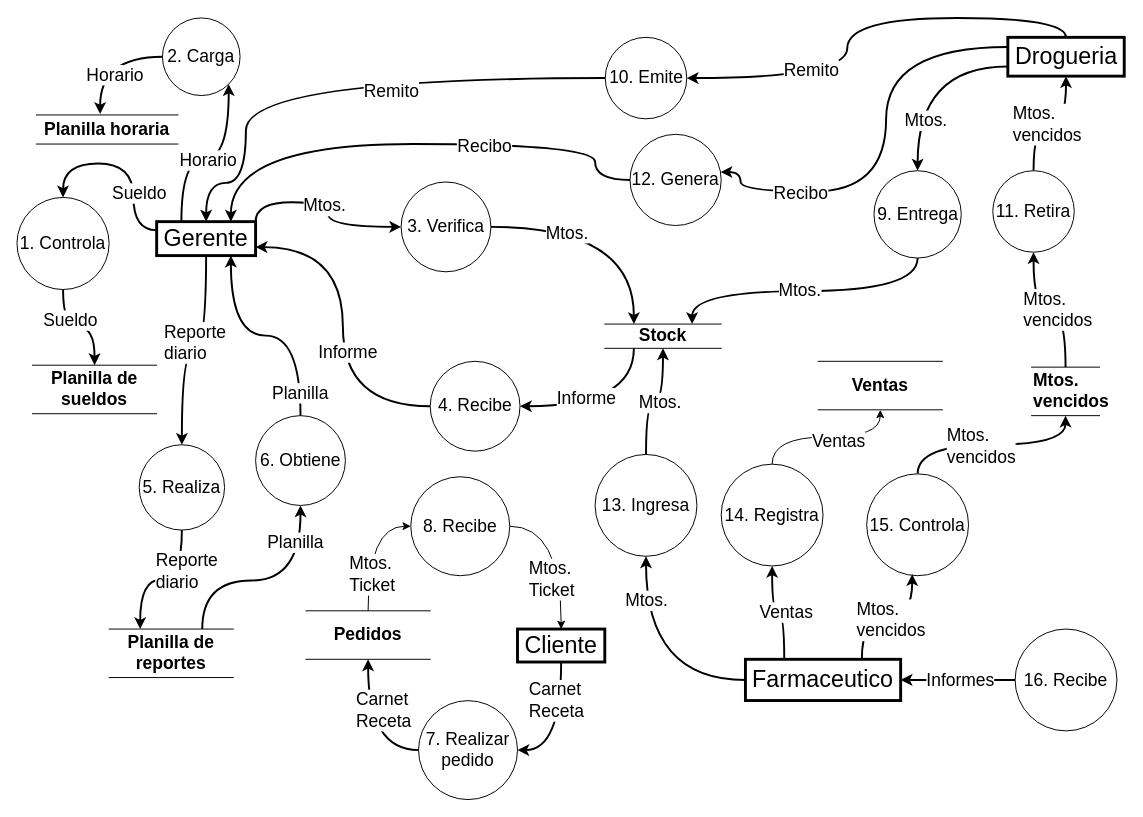
The draw.io diagram page "DFD_Farmacia" (1 of 2) of farmaciaAE.drawio in yon026/pruebagit, before the edit. Source tidied: cells renumbered, new cells numbered last; positions are measured from the earlier drawing's top-left corner, leaving out a move shared by most shapes. Both pictures are drawn from the tidied source at 97%, with x=0, y=0 at pixel (16, 17).
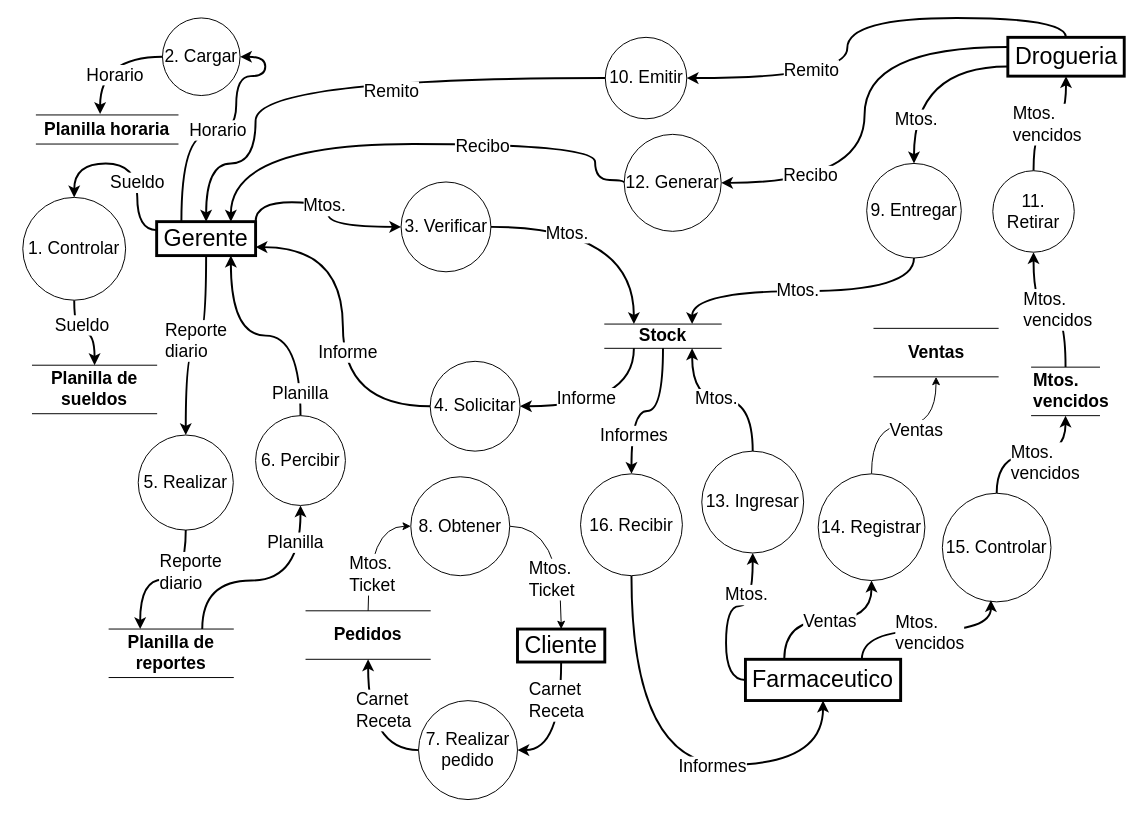
The same diagram, later.

Unchanged cells that the change refers to:
```xml
<mxCell id="21" value="&lt;font style=&quot;font-size: 24px;&quot;&gt;Gerente&lt;/font&gt;" style="rounded=0;whiteSpace=wrap;html=1;fontSize=24;strokeWidth=3;" parent="1" vertex="1">
  <mxGeometry x="144" y="210" width="102" height="35" as="geometry" />
</mxCell>
<mxCell id="27" style="edgeStyle=orthogonalEdgeStyle;shape=connector;curved=1;rounded=0;jettySize=auto;html=1;exitX=0;exitY=0.5;exitDx=0;exitDy=0;entryX=0.5;entryY=1;entryDx=0;entryDy=0;strokeColor=default;strokeWidth=2;align=center;verticalAlign=middle;fontFamily=Helvetica;fontSize=11;fontColor=default;labelBackgroundColor=default;endArrow=classic;" parent="1" edge="1" source="29" target="71">
  <mxGeometry relative="1" as="geometry" />
</mxCell>
<mxCell id="29" value="&lt;font style=&quot;font-size: 24px;&quot;&gt;Farmaceutico&lt;/font&gt;" style="rounded=0;whiteSpace=wrap;html=1;fontSize=24;strokeWidth=3;" parent="1" vertex="1">
  <mxGeometry x="751" y="661.2" width="160" height="42.5" as="geometry" />
</mxCell>
<mxCell id="37" style="edgeStyle=orthogonalEdgeStyle;shape=connector;curved=1;rounded=0;jettySize=auto;html=1;exitX=0;exitY=0.75;exitDx=0;exitDy=0;entryX=0.5;entryY=0;entryDx=0;entryDy=0;strokeColor=default;align=center;verticalAlign=middle;fontFamily=Helvetica;fontSize=11;fontColor=default;labelBackgroundColor=default;endArrow=classic;strokeWidth=2;" parent="1" edge="1" source="43" target="36">
  <mxGeometry relative="1" as="geometry" />
</mxCell>
<mxCell id="43" value="&lt;font style=&quot;font-size: 24px;&quot;&gt;Drogueria&lt;/font&gt;" style="rounded=0;whiteSpace=wrap;html=1;fontSize=24;strokeWidth=3;" parent="1" vertex="1">
  <mxGeometry x="1021.5" y="20" width="120" height="40" as="geometry" />
</mxCell>
<mxCell id="76" value="&lt;b&gt;Stock&lt;/b&gt;" style="shape=partialRectangle;whiteSpace=wrap;html=1;left=0;right=0;fillColor=none;fontFamily=Helvetica;fontSize=18;fontColor=default;labelBackgroundColor=default;" parent="1" vertex="1">
  <mxGeometry x="606" y="315.6" width="120" height="25" as="geometry" />
</mxCell>
```

What changed in the source:
```diff
@@
-    <mxCell id="2" style="edgeStyle=orthogonalEdgeStyle;shape=connector;curved=1;rounded=0;jettySize=auto;html=1;exitX=0;exitY=0.25;exitDx=0;exitDy=0;strokeColor=default;align=center;verticalAlign=middle;fontFamily=Helvetica;fontSize=18;fontColor=default;labelBackgroundColor=default;endArrow=classic;entryX=0.5;entryY=0;entryDx=0;entryDy=0;strokeWidth=2;" parent="1" edge="1" source="21" target="6">
-      <mxGeometry relative="1" as="geometry">
-        <Array as="points">
-          <mxPoint x="120" y="219" />
-          <mxPoint x="120" y="150" />
-          <mxPoint x="48" y="150" />
-        </Array>
-      </mxGeometry>
-    </mxCell>
-    <mxCell id="3" value="Sueldo" style="edgeLabel;html=1;align=center;verticalAlign=middle;fontFamily=Helvetica;fontSize=18;fontColor=default;labelBackgroundColor=default;" parent="2" vertex="1">
-      <mxGeometry x="0.07" y="2" relative="1" as="geometry">
-        <mxPoint x="20" y="28" as="offset" />
-      </mxGeometry>
-    </mxCell>
@@
-    <mxCell id="6" value="1. Controla" style="ellipse;whiteSpace=wrap;html=1;fontSize=18;" parent="1" vertex="1">
-      <mxGeometry y="185" width="95" height="95" as="geometry" />
+    <mxCell id="6" value="1. Controlar" style="ellipse;whiteSpace=wrap;html=1;fontSize=18;" parent="1" vertex="1">
+      <mxGeometry x="6" y="185" width="106" height="106" as="geometry" />
     </mxCell>
-    <mxCell id="7" value="2. Carga" style="ellipse;whiteSpace=wrap;html=1;fontSize=18;" parent="1" vertex="1">
+    <mxCell id="7" value="2. Cargar" style="ellipse;whiteSpace=wrap;html=1;fontSize=18;" parent="1" vertex="1">
       <mxGeometry x="150" width="80" height="80" as="geometry" />
     </mxCell>
@@
-    <mxCell id="12" value="5. Realiza" style="ellipse;whiteSpace=wrap;html=1;fontSize=18;" parent="1" vertex="1">
-      <mxGeometry x="126" y="440" width="88" height="88" as="geometry" />
+    <mxCell id="12" value="5. Realizar" style="ellipse;whiteSpace=wrap;html=1;fontSize=18;" parent="1" vertex="1">
+      <mxGeometry x="125" y="430" width="98" height="98" as="geometry" />
     </mxCell>
@@
-    <mxCell id="17" style="edgeStyle=orthogonalEdgeStyle;shape=connector;curved=1;rounded=0;jettySize=auto;html=1;exitX=0.25;exitY=0;exitDx=0;exitDy=0;entryX=1;entryY=1;entryDx=0;entryDy=0;strokeColor=default;strokeWidth=2;align=center;verticalAlign=middle;fontFamily=Helvetica;fontSize=11;fontColor=default;labelBackgroundColor=default;endArrow=classic;" parent="1" edge="1" source="21" target="7">
-      <mxGeometry relative="1" as="geometry" />
+    <mxCell id="17" style="edgeStyle=orthogonalEdgeStyle;shape=connector;curved=1;rounded=0;jettySize=auto;html=1;exitX=0.25;exitY=0;exitDx=0;exitDy=0;entryX=1;entryY=0.5;entryDx=0;entryDy=0;strokeColor=default;strokeWidth=2;align=center;verticalAlign=middle;fontFamily=Helvetica;fontSize=11;fontColor=default;labelBackgroundColor=default;endArrow=classic;" parent="1" edge="1" source="21" target="7">
+      <mxGeometry relative="1" as="geometry">
+        <Array as="points">
+          <mxPoint x="170" y="120" />
+          <mxPoint x="226" y="120" />
+          <mxPoint x="226" y="60" />
+          <mxPoint x="256" y="60" />
+          <mxPoint x="256" y="40" />
+        </Array>
+      </mxGeometry>
     </mxCell>
     <mxCell id="18" value="&lt;span style=&quot;font-size: 18px;&quot;&gt;Horario&lt;/span&gt;" style="edgeLabel;html=1;align=center;verticalAlign=middle;fontFamily=Helvetica;fontSize=11;fontColor=default;labelBackgroundColor=default;" parent="17" vertex="1">
-      <mxGeometry x="-0.03" y="-1" relative="1" as="geometry" />
+      <mxGeometry x="-0.03" y="-1" relative="1" as="geometry">
+        <mxPoint x="-10" y="-6" as="offset" />
+      </mxGeometry>
     </mxCell>
@@
+    <mxCell id="2" style="edgeStyle=orthogonalEdgeStyle;shape=connector;curved=1;rounded=0;jettySize=auto;html=1;exitX=0;exitY=0.25;exitDx=0;exitDy=0;entryX=0.5;entryY=0;entryDx=0;entryDy=0;strokeColor=default;strokeWidth=2;align=center;verticalAlign=middle;fontFamily=Helvetica;fontSize=11;fontColor=default;labelBackgroundColor=default;endArrow=classic;" parent="1" edge="1" source="21" target="6">
+      <mxGeometry relative="1" as="geometry">
+        <Array as="points">
+          <mxPoint x="124" y="219" />
+          <mxPoint x="124" y="150" />
+          <mxPoint x="59" y="150" />
+        </Array>
+      </mxGeometry>
+    </mxCell>
+    <mxCell id="3" value="&lt;span style=&quot;font-size: 18px;&quot;&gt;Sueldo&lt;/span&gt;" style="edgeLabel;html=1;align=center;verticalAlign=middle;fontFamily=Helvetica;fontSize=11;fontColor=default;labelBackgroundColor=default;" parent="2" vertex="1">
+      <mxGeometry x="0.5" y="5" relative="1" as="geometry">
+        <mxPoint x="53" y="14" as="offset" />
+      </mxGeometry>
+    </mxCell>
@@
-    <mxCell id="24" value="3. Verifica" style="ellipse;whiteSpace=wrap;html=1;fontSize=18;" parent="1" vertex="1">
+    <mxCell id="24" value="3. Verificar" style="ellipse;whiteSpace=wrap;html=1;fontSize=18;" parent="1" vertex="1">
       <mxGeometry x="396" y="169.1" width="92.6" height="92.6" as="geometry" />
     </mxCell>
@@
     <mxCell id="28" value="&lt;span style=&quot;font-size: 18px; text-align: left;&quot;&gt;Mtos.&lt;/span&gt;" style="edgeLabel;html=1;align=center;verticalAlign=middle;fontFamily=Helvetica;fontSize=11;fontColor=default;labelBackgroundColor=default;" parent="27" vertex="1">
       <mxGeometry x="-0.27" y="-6" relative="1" as="geometry">
-        <mxPoint x="-18" y="-76" as="offset" />
+        <mxPoint x="14" y="-43" as="offset" />
       </mxGeometry>
     </mxCell>
@@
-    <mxCell id="36" value="9. Entrega" style="ellipse;whiteSpace=wrap;html=1;fontSize=18;" parent="1" vertex="1">
-      <mxGeometry x="883.5" y="157.5" width="90" height="90" as="geometry" />
+    <mxCell id="36" value="9. Entregar" style="ellipse;whiteSpace=wrap;html=1;fontSize=18;" parent="1" vertex="1">
+      <mxGeometry x="876" y="150" width="97.5" height="97.5" as="geometry" />
     </mxCell>
@@
     <mxCell id="38" value="&lt;span style=&quot;font-size: 18px;&quot;&gt;Mtos.&lt;/span&gt;" style="edgeLabel;html=1;align=center;verticalAlign=middle;fontFamily=Helvetica;fontSize=11;fontColor=default;labelBackgroundColor=default;" parent="37" vertex="1">
       <mxGeometry x="-0.04" y="20" relative="1" as="geometry">
-        <mxPoint x="-12" y="52" as="offset" />
+        <mxPoint x="-1" y="34" as="offset" />
       </mxGeometry>
     </mxCell>
@@
+    <mxCell id="89" style="edgeStyle=orthogonalEdgeStyle;shape=connector;curved=1;rounded=0;jettySize=auto;html=1;exitX=0;exitY=0.25;exitDx=0;exitDy=0;entryX=1;entryY=0.5;entryDx=0;entryDy=0;strokeColor=default;strokeWidth=2;align=center;verticalAlign=middle;fontFamily=Helvetica;fontSize=11;fontColor=default;labelBackgroundColor=default;endArrow=classic;" parent="1" edge="1" source="43" target="88">
+      <mxGeometry relative="1" as="geometry" />
+    </mxCell>
+    <mxCell id="90" value="&lt;span style=&quot;font-size: 18px;&quot;&gt;Recibo&lt;/span&gt;" style="edgeLabel;html=1;align=center;verticalAlign=middle;fontFamily=Helvetica;fontSize=11;fontColor=default;labelBackgroundColor=default;" parent="89" vertex="1">
+      <mxGeometry x="0.58" y="-8" relative="1" as="geometry" />
+    </mxCell>
@@
-    <mxCell id="46" value="14. Registra" style="ellipse;whiteSpace=wrap;html=1;fontSize=18;" parent="1" vertex="1">
-      <mxGeometry x="726" y="460" width="105" height="105" as="geometry" />
+    <mxCell id="46" value="14. Registrar" style="ellipse;whiteSpace=wrap;html=1;fontSize=18;" parent="1" vertex="1">
+      <mxGeometry x="826" y="470" width="110" height="110" as="geometry" />
     </mxCell>
-    <mxCell id="47" value="11. Retira" style="ellipse;whiteSpace=wrap;html=1;fontSize=18;" parent="1" vertex="1">
+    <mxCell id="47" value="11. Retirar" style="ellipse;whiteSpace=wrap;html=1;fontSize=18;" parent="1" vertex="1">
       <mxGeometry x="1006" y="157.5" width="84" height="84" as="geometry" />
     </mxCell>
@@
-    <mxCell id="58" value="8. Recibe" style="ellipse;whiteSpace=wrap;html=1;fontSize=18;" parent="1" vertex="1">
+    <mxCell id="58" value="8. Obtener" style="ellipse;whiteSpace=wrap;html=1;fontSize=18;" parent="1" vertex="1">
       <mxGeometry x="406" y="473" width="102" height="102" as="geometry" />
     </mxCell>
@@
-    <mxCell id="63" style="edgeStyle=orthogonalEdgeStyle;shape=connector;curved=1;rounded=0;jettySize=auto;html=1;exitX=0;exitY=0.5;exitDx=0;exitDy=0;entryX=1;entryY=0.5;entryDx=0;entryDy=0;strokeColor=default;align=center;verticalAlign=middle;fontFamily=Helvetica;fontSize=11;fontColor=default;labelBackgroundColor=default;endArrow=classic;strokeWidth=2;" parent="1" edge="1" source="65" target="29">
-      <mxGeometry relative="1" as="geometry" />
+    <mxCell id="63" style="edgeStyle=orthogonalEdgeStyle;shape=connector;curved=1;rounded=0;jettySize=auto;html=1;exitX=0.5;exitY=1;exitDx=0;exitDy=0;entryX=0.5;entryY=1;entryDx=0;entryDy=0;strokeColor=default;strokeWidth=2;align=center;verticalAlign=middle;fontFamily=Helvetica;fontSize=11;fontColor=default;labelBackgroundColor=default;endArrow=classic;" parent="1" edge="1" source="65" target="29">
+      <mxGeometry relative="1" as="geometry">
+        <Array as="points">
+          <mxPoint x="634" y="770" />
+          <mxPoint x="831" y="770" />
+        </Array>
+      </mxGeometry>
     </mxCell>
-    <mxCell id="64" value="Informes" style="edgeLabel;html=1;align=left;verticalAlign=middle;fontFamily=Helvetica;fontSize=18;fontColor=default;labelBackgroundColor=default;" parent="63" vertex="1">
-      <mxGeometry x="0.09" y="-1" relative="1" as="geometry">
-        <mxPoint x="-29" y="1" as="offset" />
-      </mxGeometry>
-    </mxCell>
+    <mxCell id="91" value="&lt;span style=&quot;font-size: 18px; text-align: left;&quot;&gt;Informes&lt;/span&gt;" style="edgeLabel;html=1;align=center;verticalAlign=middle;fontFamily=Helvetica;fontSize=11;fontColor=default;labelBackgroundColor=default;" parent="63" vertex="1">
+      <mxGeometry x="0.21" y="-1" relative="1" as="geometry" />
+    </mxCell>
-    <mxCell id="65" value="16. Recibe" style="ellipse;whiteSpace=wrap;html=1;fontSize=18;" parent="1" vertex="1">
-      <mxGeometry x="1029" y="630" width="105" height="105" as="geometry" />
+    <mxCell id="65" value="16. Recibir" style="ellipse;whiteSpace=wrap;html=1;fontSize=18;" parent="1" vertex="1">
+      <mxGeometry x="581" y="470" width="105" height="105" as="geometry" />
     </mxCell>
@@
-    <mxCell id="68" value="15. Controla" style="ellipse;whiteSpace=wrap;html=1;fontSize=18;" parent="1" vertex="1">
-      <mxGeometry x="876" y="470" width="105" height="105" as="geometry" />
+    <mxCell id="68" value="15. Controlar" style="ellipse;whiteSpace=wrap;html=1;fontSize=18;" parent="1" vertex="1">
+      <mxGeometry x="954" y="490" width="112" height="112" as="geometry" />
     </mxCell>
-    <mxCell id="69" style="edgeStyle=orthogonalEdgeStyle;shape=connector;curved=1;rounded=0;jettySize=auto;html=1;exitX=0.5;exitY=0;exitDx=0;exitDy=0;entryX=0.5;entryY=1;entryDx=0;entryDy=0;strokeColor=default;strokeWidth=2;align=center;verticalAlign=middle;fontFamily=Helvetica;fontSize=11;fontColor=default;labelBackgroundColor=default;endArrow=classic;" parent="1" edge="1" source="71" target="76">
+    <mxCell id="69" style="edgeStyle=orthogonalEdgeStyle;shape=connector;curved=1;rounded=0;jettySize=auto;html=1;exitX=0.5;exitY=0;exitDx=0;exitDy=0;strokeColor=default;strokeWidth=2;align=center;verticalAlign=middle;fontFamily=Helvetica;fontSize=11;fontColor=default;labelBackgroundColor=default;endArrow=classic;entryX=0.75;entryY=1;entryDx=0;entryDy=0;" parent="1" edge="1" source="71" target="76">
       <mxGeometry relative="1" as="geometry" />
     </mxCell>
@@
-    <mxCell id="71" value="13. Ingresa" style="ellipse;whiteSpace=wrap;html=1;fontSize=18;" parent="1" vertex="1">
-      <mxGeometry x="596" y="450" width="105" height="105" as="geometry" />
+    <mxCell id="71" value="13. Ingresar" style="ellipse;whiteSpace=wrap;html=1;fontSize=18;" parent="1" vertex="1">
+      <mxGeometry x="706" y="446.6" width="105" height="105" as="geometry" />
     </mxCell>
@@
+    <mxCell id="92" style="edgeStyle=orthogonalEdgeStyle;shape=connector;curved=1;rounded=0;jettySize=auto;html=1;exitX=0.5;exitY=1;exitDx=0;exitDy=0;strokeColor=default;strokeWidth=2;align=center;verticalAlign=middle;fontFamily=Helvetica;fontSize=11;fontColor=default;labelBackgroundColor=default;endArrow=classic;" parent="1" edge="1" source="76" target="65">
+      <mxGeometry relative="1" as="geometry" />
+    </mxCell>
+    <mxCell id="93" value="&lt;span style=&quot;font-size: 18px; text-align: left;&quot;&gt;Informes&lt;/span&gt;" style="edgeLabel;html=1;align=center;verticalAlign=middle;fontFamily=Helvetica;fontSize=11;fontColor=default;labelBackgroundColor=default;" parent="92" vertex="1">
+      <mxGeometry x="0.51" y="2" relative="1" as="geometry" />
+    </mxCell>
@@
     <mxCell id="77" value="&lt;b&gt;Ventas&lt;/b&gt;" style="shape=partialRectangle;whiteSpace=wrap;html=1;left=0;right=0;fontFamily=Helvetica;fontSize=18;labelBackgroundColor=default;" parent="1" vertex="1">
-      <mxGeometry x="826" y="354" width="128" height="50" as="geometry" />
+      <mxGeometry x="883.5" y="320" width="128" height="50" as="geometry" />
     </mxCell>
@@
-    <mxCell id="81" value="4. Recibe" style="ellipse;whiteSpace=wrap;html=1;fontSize=18;" parent="1" vertex="1">
+    <mxCell id="81" value="4. Solicitar" style="ellipse;whiteSpace=wrap;html=1;fontSize=18;" parent="1" vertex="1">
       <mxGeometry x="426" y="354" width="92.6" height="92.6" as="geometry" />
     </mxCell>
-    <mxCell id="82" value="6. Obtiene" style="ellipse;whiteSpace=wrap;html=1;fontSize=18;" parent="1" vertex="1">
+    <mxCell id="82" value="6. Percibir" style="ellipse;whiteSpace=wrap;html=1;fontSize=18;" parent="1" vertex="1">
       <mxGeometry x="246" y="410" width="92.6" height="92.6" as="geometry" />
     </mxCell>
     <mxCell id="83" style="edgeStyle=orthogonalEdgeStyle;shape=connector;curved=1;rounded=0;jettySize=auto;html=1;exitX=0;exitY=0.5;exitDx=0;exitDy=0;entryX=0.5;entryY=0;entryDx=0;entryDy=0;strokeColor=default;strokeWidth=2;align=center;verticalAlign=middle;fontFamily=Helvetica;fontSize=11;fontColor=default;labelBackgroundColor=default;endArrow=classic;" parent="1" edge="1" source="85" target="21">
       <mxGeometry relative="1" as="geometry">
         <Array as="points">
-          <mxPoint x="236" y="62" />
-          <mxPoint x="236" y="170" />
-          <mxPoint x="195" y="170" />
+          <mxPoint x="246" y="62" />
+          <mxPoint x="246" y="150" />
+          <mxPoint x="195" y="150" />
         </Array>
       </mxGeometry>
     </mxCell>
@@
-    <mxCell id="85" value="10. Emite" style="ellipse;whiteSpace=wrap;html=1;fontSize=18;" parent="1" vertex="1">
+    <mxCell id="85" value="10. Emitir" style="ellipse;whiteSpace=wrap;html=1;fontSize=18;" parent="1" vertex="1">
       <mxGeometry x="606.5" y="20" width="84" height="84" as="geometry" />
     </mxCell>
@@
-    <mxCell id="88" value="12. Genera" style="ellipse;whiteSpace=wrap;html=1;fontSize=18;" parent="1" vertex="1">
-      <mxGeometry x="632" y="120" width="94" height="94" as="geometry" />
+    <mxCell id="88" value="12. Generar" style="ellipse;whiteSpace=wrap;html=1;fontSize=18;" parent="1" vertex="1">
+      <mxGeometry x="626" y="120" width="100" height="100" as="geometry" />
     </mxCell>
-    <mxCell id="89" style="edgeStyle=orthogonalEdgeStyle;shape=connector;curved=1;rounded=0;jettySize=auto;html=1;entryX=0.993;entryY=0.413;entryDx=0;entryDy=0;entryPerimeter=0;strokeColor=default;strokeWidth=2;align=center;verticalAlign=middle;fontFamily=Helvetica;fontSize=11;fontColor=default;labelBackgroundColor=default;endArrow=classic;exitX=0;exitY=0.25;exitDx=0;exitDy=0;" parent="1" edge="1" source="43" target="88">
-      <mxGeometry relative="1" as="geometry">
-        <Array as="points">
-          <mxPoint x="896" y="30" />
-          <mxPoint x="896" y="179" />
-          <mxPoint x="746" y="179" />
-          <mxPoint x="746" y="159" />
-        </Array>
-      </mxGeometry>
-    </mxCell>
-    <mxCell id="90" value="&lt;span style=&quot;font-size: 18px;&quot;&gt;Recibo&lt;/span&gt;" style="edgeLabel;html=1;align=center;verticalAlign=middle;fontFamily=Helvetica;fontSize=11;fontColor=default;labelBackgroundColor=default;" parent="89" vertex="1">
-      <mxGeometry x="0.56" y="1" relative="1" as="geometry" />
-    </mxCell>
```
